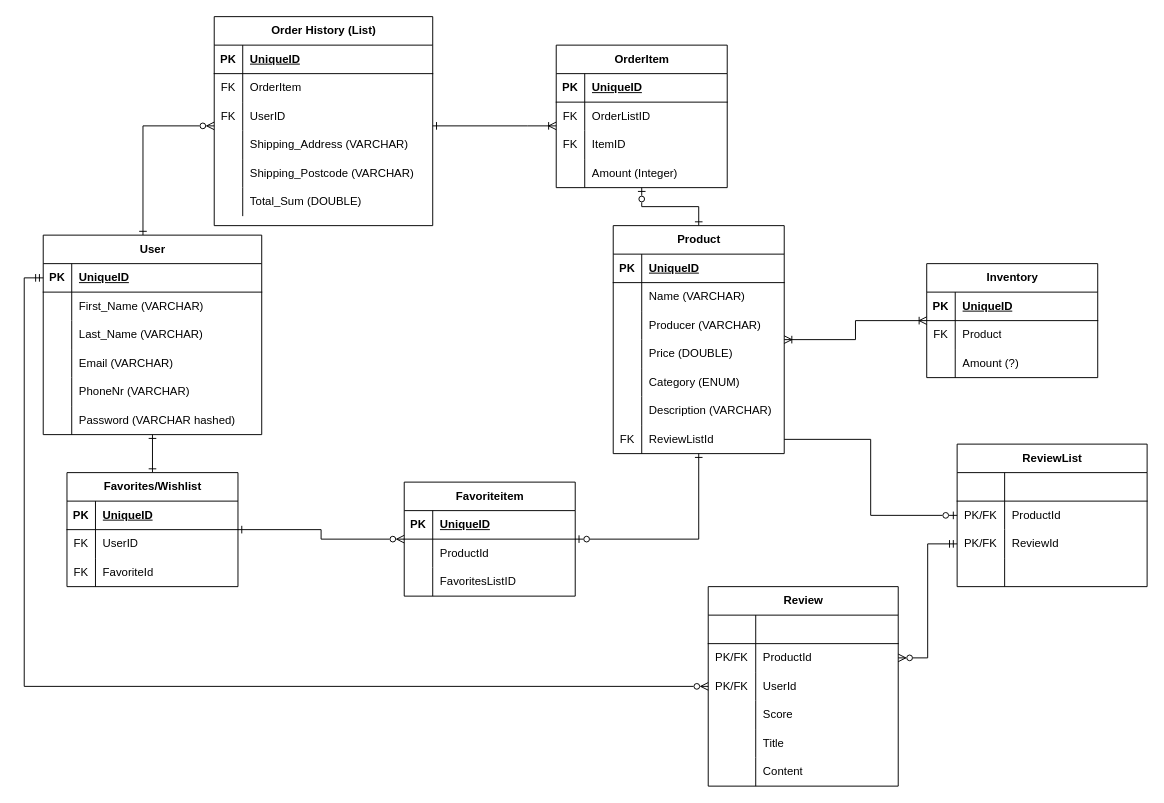
The draw.io diagram documentation/ER diagram.drawio in TheGrevling/Boolean-Project, before the edit. Source tidied: cells renumbered, new cells numbered last; positions are measured from the earlier drawing's top-left corner, leaving out a move shared by most shapes. Both pictures are drawn from the tidied source at 95%, with x=0, y=0 at pixel (43, 16).
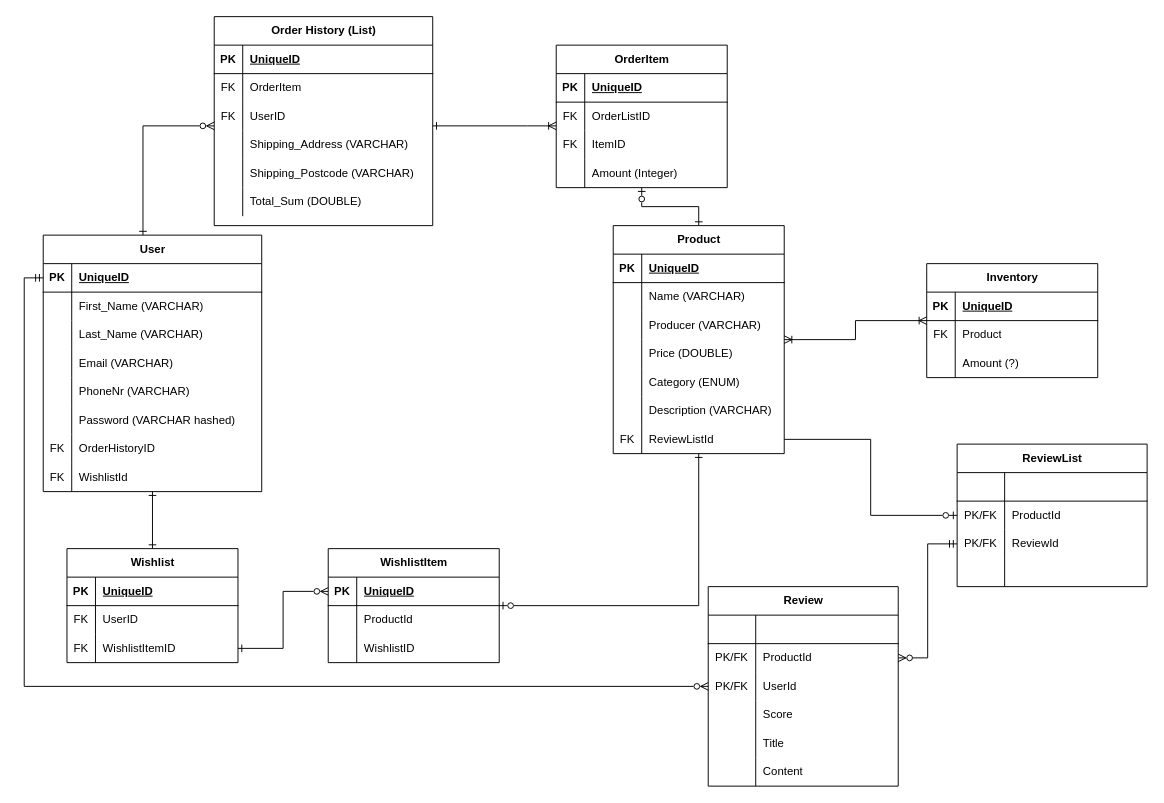
The same page after the edit.

Unchanged cells that the change refers to:
```xml
<mxCell id="85" style="shape=tableRow;horizontal=0;startSize=0;swimlaneHead=0;swimlaneBody=0;fillColor=none;points=[[0,0.5],[1,0.5]];portConstraint=eastwest;top=0;left=0;right=0;bottom=0;" parent="78" vertex="1">
  <mxGeometry y="90" width="180" height="30" as="geometry" />
</mxCell>
<mxCell id="90" style="shape=tableRow;horizontal=0;startSize=0;swimlaneHead=0;swimlaneBody=0;fillColor=none;points=[[0,0.5],[1,0.5]];portConstraint=eastwest;top=0;left=0;right=0;bottom=1;" parent="89" vertex="1">
  <mxGeometry y="30" width="180" height="30" as="geometry" />
</mxCell>
<mxCell id="96" style="shape=tableRow;horizontal=0;startSize=0;swimlaneHead=0;swimlaneBody=0;fillColor=none;top=0;left=0;right=0;bottom=0;" parent="89" vertex="1">
  <mxGeometry y="90" width="180" height="30" as="geometry" />
</mxCell>
```

Diff of the diagram source:
```diff
@@
     <mxCell id="4" value="User" style="shape=table;startSize=30;childLayout=tableLayout;rowLines=0;fontStyle=1;align=center;html=1;" parent="1" vertex="1">
-      <mxGeometry y="230" width="230" height="210" as="geometry" />
+      <mxGeometry y="230" width="230" height="270" as="geometry" />
     </mxCell>
@@
+    <mxCell id="147" style="shape=tableRow;horizontal=0;startSize=0;swimlaneHead=0;swimlaneBody=0;fillColor=none;top=0;left=0;right=0;bottom=0;" parent="4" vertex="1">
+      <mxGeometry y="180" width="230" height="30" as="geometry" />
+    </mxCell>
+    <mxCell id="148" style="shape=partialRectangle;fillColor=none;top=0;left=0;bottom=0;right=0;overflow=hidden;whiteSpace=wrap;html=1;" parent="147" vertex="1">
+      <mxGeometry width="30" height="30" as="geometry" />
+    </mxCell>
+    <mxCell id="149" value="Password (VARCHAR hashed)" style="shape=partialRectangle;fillColor=none;top=0;left=0;bottom=0;right=0;align=left;spacingLeft=6;overflow=hidden;whiteSpace=wrap;html=1;" parent="147" vertex="1">
+      <mxGeometry x="30" width="200" height="30" as="geometry" />
+    </mxCell>
+    <mxCell id="150" style="shape=tableRow;horizontal=0;startSize=0;swimlaneHead=0;swimlaneBody=0;fillColor=none;top=0;left=0;right=0;bottom=0;" parent="4" vertex="1">
+      <mxGeometry y="210" width="230" height="30" as="geometry" />
+    </mxCell>
+    <mxCell id="151" value="FK" style="shape=partialRectangle;fillColor=none;top=0;left=0;bottom=0;right=0;overflow=hidden;whiteSpace=wrap;html=1;" parent="150" vertex="1">
+      <mxGeometry width="30" height="30" as="geometry" />
+    </mxCell>
+    <mxCell id="152" value="OrderHistoryID" style="shape=partialRectangle;fillColor=none;top=0;left=0;bottom=0;right=0;align=left;spacingLeft=6;overflow=hidden;whiteSpace=wrap;html=1;" parent="150" vertex="1">
+      <mxGeometry x="30" width="200" height="30" as="geometry" />
+    </mxCell>
     <mxCell id="20" style="shape=tableRow;horizontal=0;startSize=0;swimlaneHead=0;swimlaneBody=0;fillColor=none;top=0;left=0;right=0;bottom=0;" parent="4" vertex="1">
-      <mxGeometry y="180" width="230" height="30" as="geometry" />
+      <mxGeometry y="240" width="230" height="30" as="geometry" />
     </mxCell>
-    <mxCell id="21" style="shape=partialRectangle;fillColor=none;top=0;left=0;bottom=0;right=0;overflow=hidden;whiteSpace=wrap;html=1;" parent="20" vertex="1">
+    <mxCell id="21" value="FK" style="shape=partialRectangle;fillColor=none;top=0;left=0;bottom=0;right=0;overflow=hidden;whiteSpace=wrap;html=1;" parent="20" vertex="1">
       <mxGeometry width="30" height="30" as="geometry" />
     </mxCell>
-    <mxCell id="22" value="Password (VARCHAR hashed)" style="shape=partialRectangle;fillColor=none;top=0;left=0;bottom=0;right=0;align=left;spacingLeft=6;overflow=hidden;whiteSpace=wrap;html=1;" parent="20" vertex="1">
+    <mxCell id="22" value="WishlistId" style="shape=partialRectangle;fillColor=none;top=0;left=0;bottom=0;right=0;align=left;spacingLeft=6;overflow=hidden;whiteSpace=wrap;html=1;" parent="20" vertex="1">
       <mxGeometry x="30" width="200" height="30" as="geometry" />
     </mxCell>
@@
-    <mxCell id="77" style="edgeStyle=orthogonalEdgeStyle;rounded=0;jettySize=auto;html=1;startArrow=ERone;startFill=0;endArrow=ERzeroToMany;endFill=0;" parent="1" edge="1" source="78" target="89">
+    <mxCell id="77" style="edgeStyle=orthogonalEdgeStyle;rounded=0;jettySize=auto;html=1;startArrow=ERone;startFill=0;endArrow=ERzeroToMany;endFill=0;entryX=0;entryY=0.5;entryDx=0;entryDy=0;exitX=1;exitY=0.5;exitDx=0;exitDy=0;" parent="1" edge="1" source="85" target="90">
       <mxGeometry relative="1" as="geometry" />
     </mxCell>
-    <mxCell id="78" value="Favorites/Wishlist" style="shape=table;startSize=30;childLayout=tableLayout;rowLines=0;fontStyle=1;align=center;html=1;" parent="1" vertex="1">
-      <mxGeometry x="25" y="480" width="180" height="120" as="geometry" />
+    <mxCell id="78" value="Wishlist" style="shape=table;startSize=30;childLayout=tableLayout;rowLines=0;fontStyle=1;align=center;html=1;" parent="1" vertex="1">
+      <mxGeometry x="25" y="560" width="180" height="120" as="geometry" />
     </mxCell>
@@
-    <mxCell id="87" value="FavoriteId" style="shape=partialRectangle;fillColor=none;top=0;left=0;bottom=0;right=0;align=left;spacingLeft=6;overflow=hidden;whiteSpace=wrap;html=1;" parent="85" vertex="1">
+    <mxCell id="87" value="WishlistItemID" style="shape=partialRectangle;fillColor=none;top=0;left=0;bottom=0;right=0;align=left;spacingLeft=6;overflow=hidden;whiteSpace=wrap;html=1;" parent="85" vertex="1">
       <mxGeometry x="30" width="150" height="30" as="geometry" />
     </mxCell>
@@
-    <mxCell id="89" value="Favoriteitem" style="shape=table;startSize=30;childLayout=tableLayout;rowLines=0;fontStyle=1;align=center;html=1;" parent="1" vertex="1">
-      <mxGeometry x="380" y="490" width="180" height="120" as="geometry" />
+    <mxCell id="89" value="WishlistItem" style="shape=table;startSize=30;childLayout=tableLayout;rowLines=0;fontStyle=1;align=center;html=1;" parent="1" vertex="1">
+      <mxGeometry x="300" y="560" width="180" height="120" as="geometry" />
     </mxCell>
@@
-    <mxCell id="98" value="FavoritesListID" style="shape=partialRectangle;fillColor=none;top=0;left=0;bottom=0;right=0;align=left;spacingLeft=6;overflow=hidden;whiteSpace=wrap;html=1;" parent="96" vertex="1">
+    <mxCell id="98" value="WishlistID" style="shape=partialRectangle;fillColor=none;top=0;left=0;bottom=0;right=0;align=left;spacingLeft=6;overflow=hidden;whiteSpace=wrap;html=1;" parent="96" vertex="1">
       <mxGeometry x="30" width="150" height="30" as="geometry" />
     </mxCell>
```
